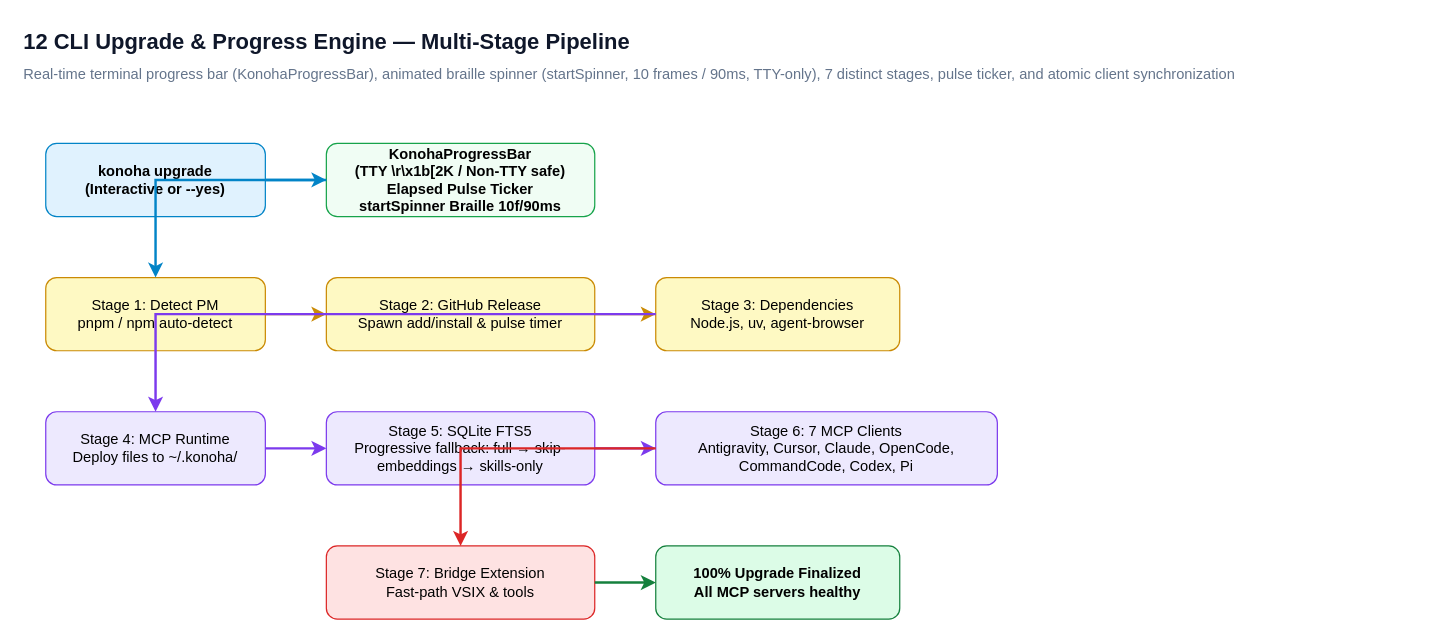
andycungkrinx91/konoha keeps this draw.io diagram as page "12 CLI Upgrade & Progress Engine" (12 of 12) of docs/diagrams/konoha-architecture.drawio. Above is the earlier version. Source tidied: cells renumbered, new cells numbered last; positions are measured from the earlier drawing's top-left corner, leaving out a move shared by most shapes. Both pictures are drawn from the tidied source at 122%, with x=0, y=0 at pixel (21, 21).
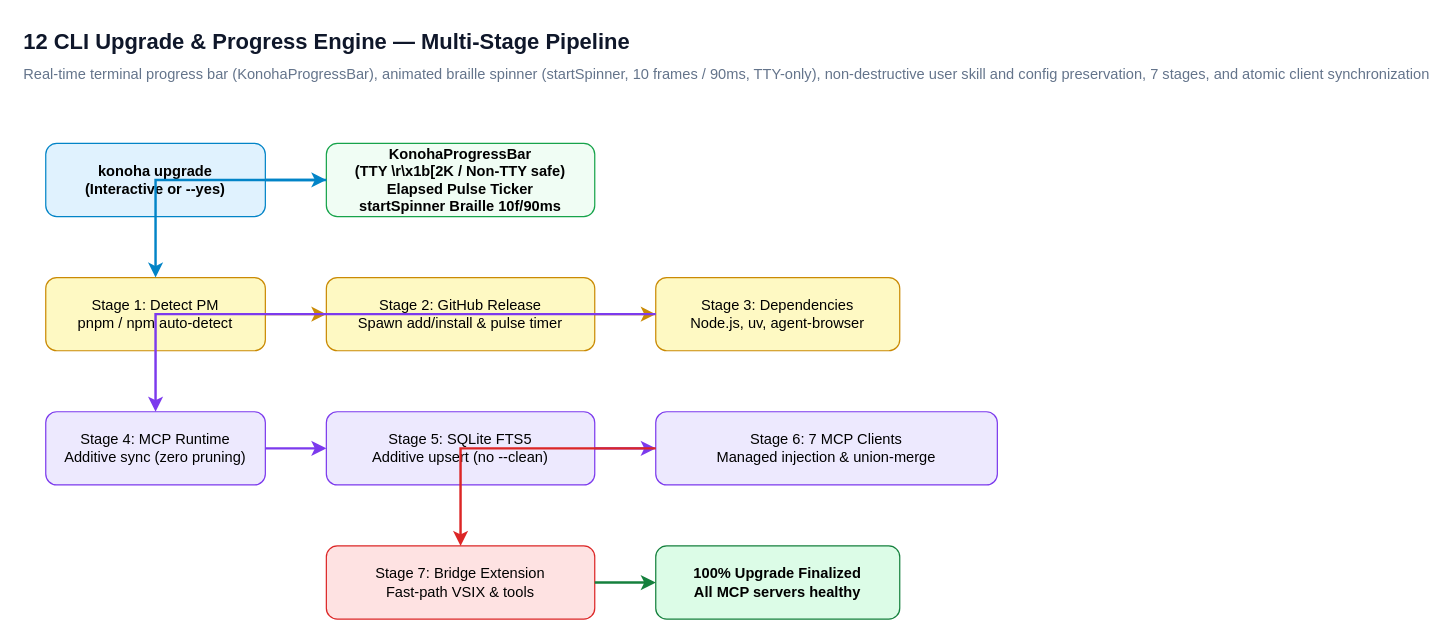
After the change.

Change to the diagram source:
```diff
@@
-    <mxCell id="3" value="Real-time terminal progress bar (KonohaProgressBar), animated braille spinner (startSpinner, 10 frames / 90ms, TTY-only), 7 distinct stages, pulse ticker, and atomic client synchronization" style="text;html=1;fontSize=12;fontColor=#64748b;" parent="1" vertex="1">
+    <mxCell id="3" value="Real-time terminal progress bar (KonohaProgressBar), animated braille spinner (startSpinner, 10 frames / 90ms, TTY-only), non-destructive user skill and config preservation, 7 stages, and atomic client synchronization" style="text;html=1;fontSize=12;fontColor=#64748b;" parent="1" vertex="1">
       <mxGeometry y="30" width="800" height="20" as="geometry" />
     </mxCell>
@@
-    <mxCell id="9" value="Stage 4: MCP Runtime&#10;Deploy files to ~/.konoha/" style="rounded=1;whiteSpace=wrap;html=1;fillColor=#ede9fe;strokeColor=#7c3aed;" parent="1" vertex="1">
+    <mxCell id="9" value="Stage 4: MCP Runtime&#10;Additive sync (zero pruning)" style="rounded=1;whiteSpace=wrap;html=1;fillColor=#ede9fe;strokeColor=#7c3aed;" parent="1" vertex="1">
       <mxGeometry x="20" y="320" width="180" height="60" as="geometry" />
     </mxCell>
-    <mxCell id="10" value="Stage 5: SQLite FTS5&#10;Progressive fallback: full → skip-embeddings → skills-only" style="rounded=1;whiteSpace=wrap;html=1;fillColor=#ede9fe;strokeColor=#7c3aed;" parent="1" vertex="1">
+    <mxCell id="10" value="Stage 5: SQLite FTS5&#10;Additive upsert (no --clean)" style="rounded=1;whiteSpace=wrap;html=1;fillColor=#ede9fe;strokeColor=#7c3aed;" parent="1" vertex="1">
       <mxGeometry x="250" y="320" width="220" height="60" as="geometry" />
     </mxCell>
-    <mxCell id="11" value="Stage 6: 7 MCP Clients&#10;Antigravity, Cursor, Claude, OpenCode, CommandCode, Codex, Pi" style="rounded=1;whiteSpace=wrap;html=1;fillColor=#ede9fe;strokeColor=#7c3aed;" parent="1" vertex="1">
+    <mxCell id="11" value="Stage 6: 7 MCP Clients&#10;Managed injection &amp; union-merge" style="rounded=1;whiteSpace=wrap;html=1;fillColor=#ede9fe;strokeColor=#7c3aed;" parent="1" vertex="1">
       <mxGeometry x="520" y="320" width="280" height="60" as="geometry" />
     </mxCell>
```
